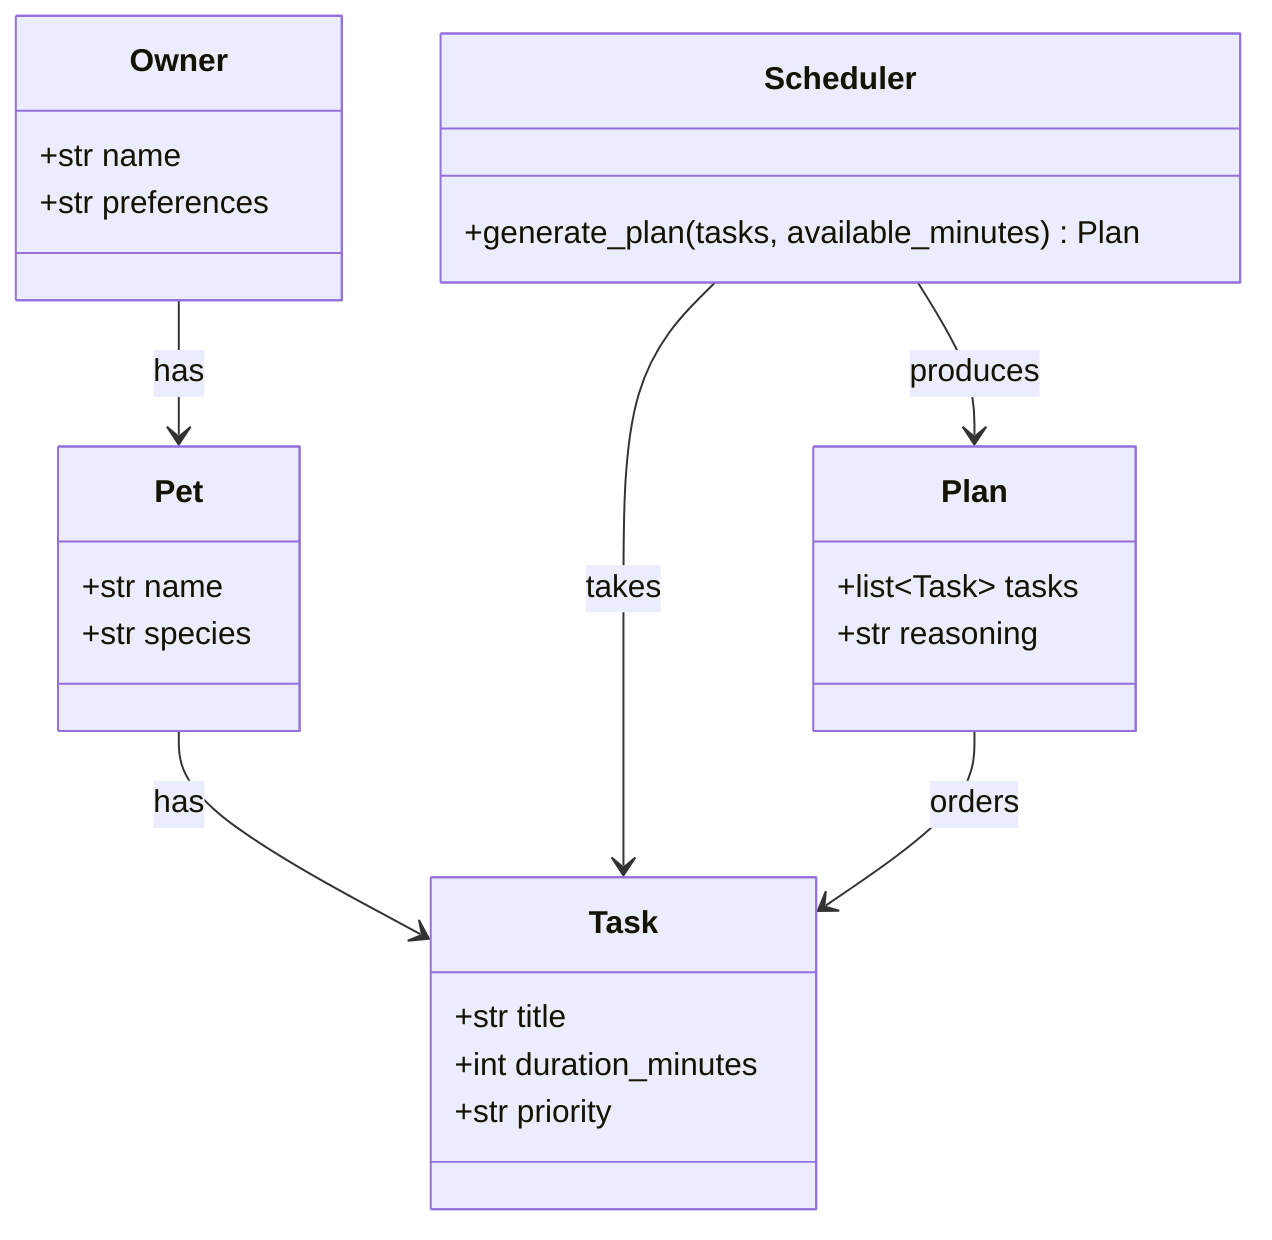
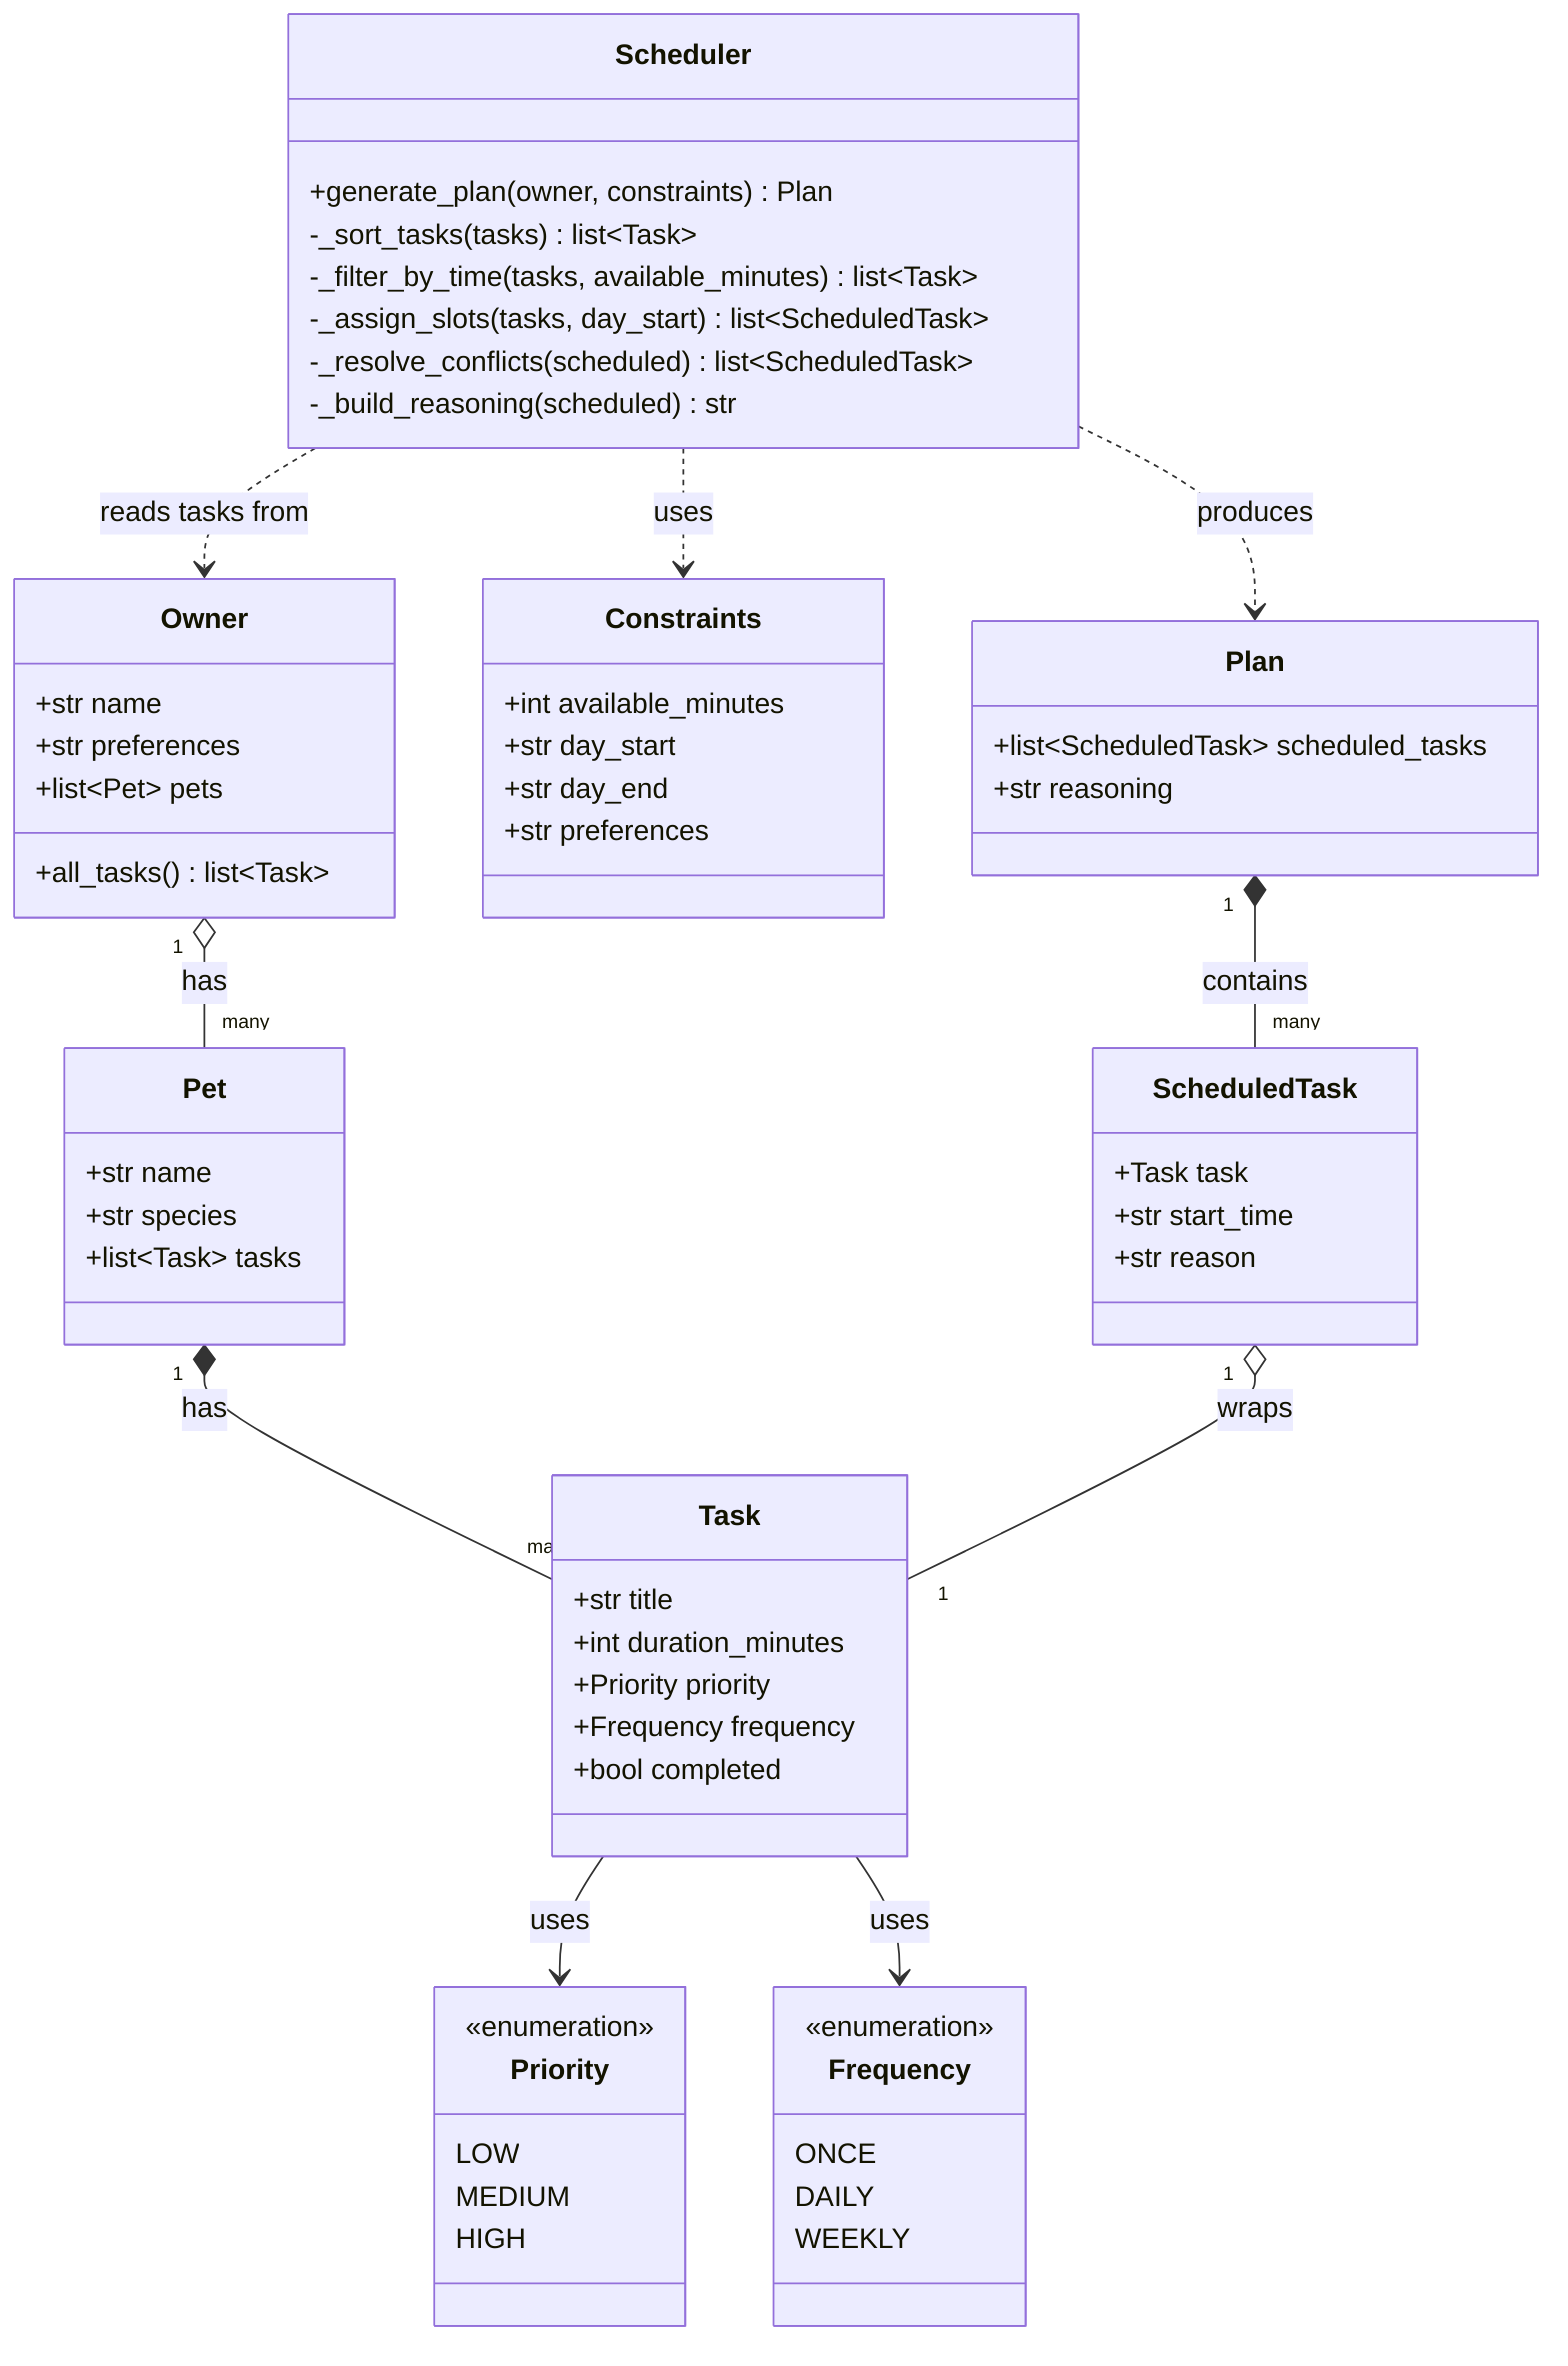
classDiagram
-     %% Replace the placeholders below with your actual classes, attributes, methods, and relationships.
-     %% Keep this file updated so it matches your final implementation.
-     %% Initial UML — data classes (Owner, Pet, Task, Plan) + logic class (Scheduler).
+     %% Refined UML — matches pawpal_system.py after the review fixes.
+     %% Data classes: Owner, Pet, Task, ScheduledTask, Constraints, Plan.
+     %% Logic class: Scheduler. Enums: Priority, Frequency.

-     class Owner {
-         +str name
-         +str preferences
+     class Priority {
+         <<enumeration>>
+         LOW
+         MEDIUM
+         HIGH
+     }
+ 
+     class Frequency {
+         <<enumeration>>
+         ONCE
+         DAILY
+         WEEKLY
+     }
+ 
+     class Task {
+         +str title
+         +int duration_minutes
+         +Priority priority
+         +Frequency frequency
+         +bool completed
    }

    class Pet {
        +str name
        +str species
+         +list~Task~ tasks
    }

-     class Task {
-         +str title
-         +int duration_minutes
-         +str priority
+     class Owner {
+         +str name
+         +str preferences
+         +list~Pet~ pets
+         +all_tasks() list~Task~
+     }
+ 
+     class ScheduledTask {
+         +Task task
+         +str start_time
+         +str reason
+     }
+ 
+     class Constraints {
+         +int available_minutes
+         +str day_start
+         +str day_end
+         +str preferences
+     }
+ 
+     class Plan {
+         +list~ScheduledTask~ scheduled_tasks
+         +str reasoning
    }

    class Scheduler {
-         +generate_plan(tasks, available_minutes) Plan
+         +generate_plan(owner, constraints) Plan
+         -_sort_tasks(tasks) list~Task~
+         -_filter_by_time(tasks, available_minutes) list~Task~
+         -_assign_slots(tasks, day_start) list~ScheduledTask~
+         -_resolve_conflicts(scheduled) list~ScheduledTask~
+         -_build_reasoning(scheduled) str
    }

-     class Plan {
-         +list~Task~ tasks
-         +str reasoning
-     }
- 
-     Owner --> Pet : has
-     Pet --> Task : has
-     Scheduler --> Task : takes
-     Scheduler --> Plan : produces
-     Plan --> Task : orders
+     %% Arrow types refined to reflect real-world life-cycles:
+     %%   o-- aggregation (part outlives whole), *-- composition (part dies with whole),
+     %%   ..> dependency (used in a method, not stored), --> plain association (enum value).
+     %% aggregation: a pet can outlive/change owner
+     Owner "1" o-- "many" Pet : has
+     %% composition: a task exists only for its pet
+     Pet "1" *-- "many" Task : has
+     %% association: enum value
+     Task --> Priority : uses
+     Task --> Frequency : uses
+     %% dependency: used as a param / returned, not stored
+     Scheduler ..> Owner : reads tasks from
+     Scheduler ..> Constraints : uses
+     Scheduler ..> Plan : produces
+     %% composition: scheduled rows live only in the plan
+     Plan "1" *-- "many" ScheduledTask : contains
+     %% aggregation: references an existing task
+     ScheduledTask "1" o-- "1" Task : wraps
